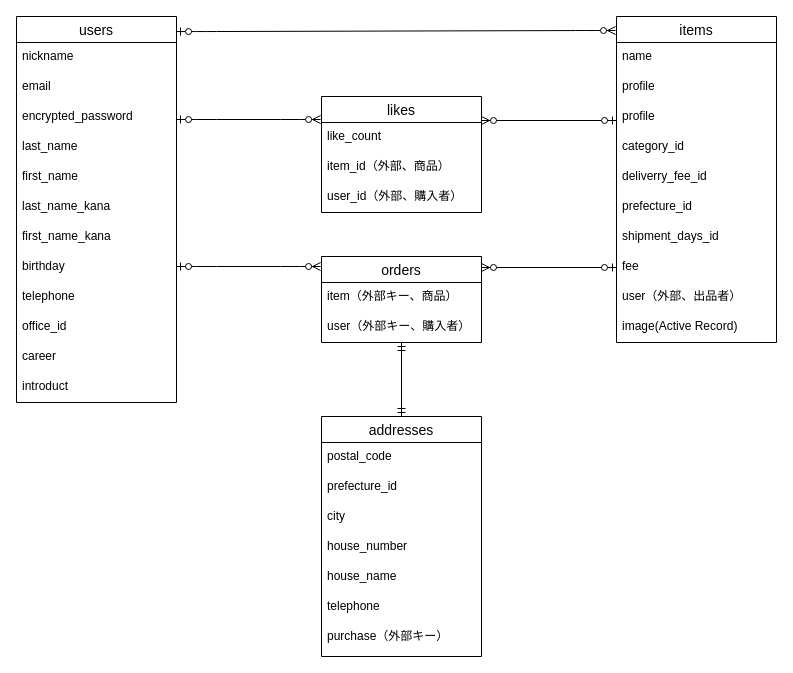
This is page "ページ1" (1 of 2) of sense-34432.dio from DaikiTanaka34432/sense-34432, a draw.io file, before an edit. Source tidied: cells renumbered, new cells numbered last; positions are measured from the earlier drawing's top-left corner, leaving out a move shared by most shapes. Both pictures are drawn from the tidied source at 100%, with x=0, y=0 at pixel (16, 16).
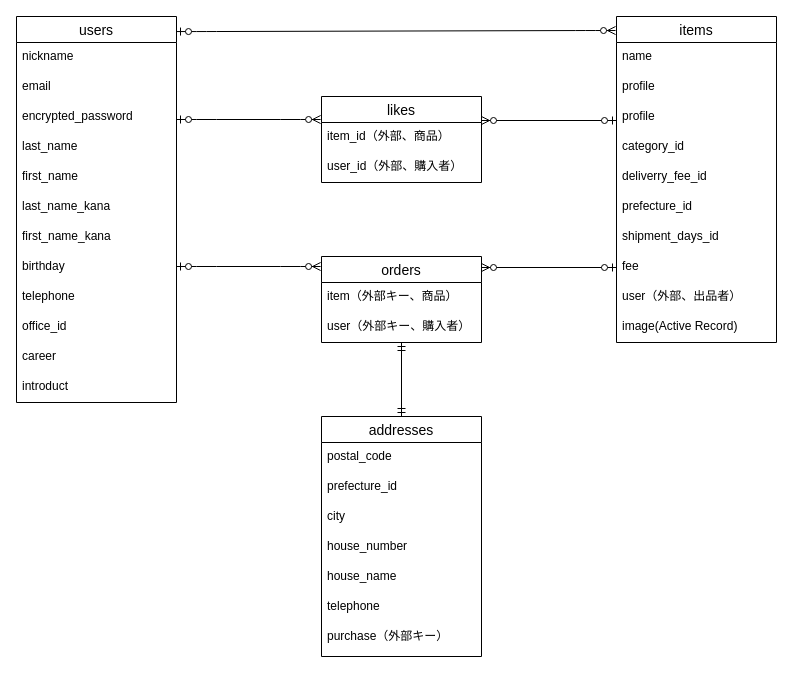
After the change.

Change to the diagram source:
```diff
@@
     <mxCell id="2" value="likes" style="swimlane;fontStyle=0;horizontal=1;startSize=26;align=center;fontSize=14;" parent="1" vertex="1">
-      <mxGeometry x="305" y="80" width="160" height="116" as="geometry" />
+      <mxGeometry x="305" y="80" width="160" height="86" as="geometry" />
     </mxCell>
-    <mxCell id="3" value="like_count" style="text;strokeColor=none;fillColor=none;spacingLeft=4;spacingRight=4;overflow=hidden;fontSize=12;" parent="2" vertex="1">
-      <mxGeometry y="26" width="160" height="30" as="geometry" />
-    </mxCell>
     <mxCell id="4" value="item_id（外部、商品）" style="text;strokeColor=none;fillColor=none;spacingLeft=4;spacingRight=4;overflow=hidden;fontSize=12;" parent="2" vertex="1">
-      <mxGeometry y="56" width="160" height="30" as="geometry" />
+      <mxGeometry y="26" width="160" height="30" as="geometry" />
     </mxCell>
     <mxCell id="5" value="user_id（外部、購入者）" style="text;strokeColor=none;fillColor=none;spacingLeft=4;spacingRight=4;overflow=hidden;fontSize=12;" parent="2" vertex="1">
-      <mxGeometry y="86" width="160" height="30" as="geometry" />
+      <mxGeometry y="56" width="160" height="30" as="geometry" />
     </mxCell>
```
